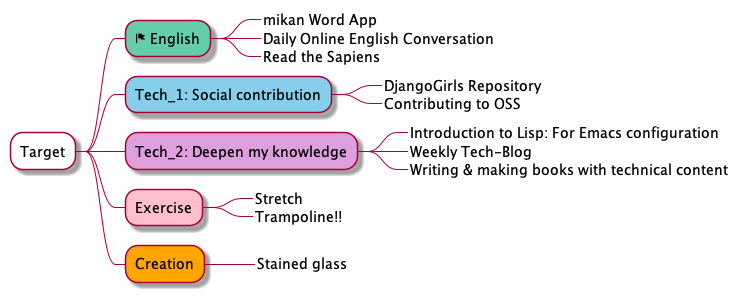
The PlantUML diagram test.png in Ishizuka427/MindMap, before a commit.
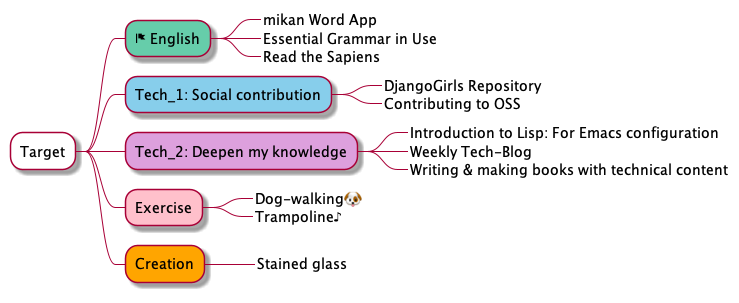
Above is the later version.

Change to the diagram source:
```diff
@@ -2,7 +2,7 @@
 *[#white] Target
 **[#mediumaquamarine] <&flag> English
 ***_ mikan Word App
-***_ Daily Online English Conversation
+***_ Essential Grammar in Use
 ***_ Read the Sapiens
 **[#skyblue] Tech_1: Social contribution
 ***_ DjangoGirls Repository
@@ -12,8 +12,8 @@
 ***_ Weekly Tech-Blog
 ***_ Writing & making books with technical content
 **[#pink] Exercise
-***_ Stretch
-***_ Trampoline!!
+***_ Dog-walking🐶
+***_ Trampoline♪
 **[#orange] Creation
 ***_ Stained glass
 @endmindmap
```
